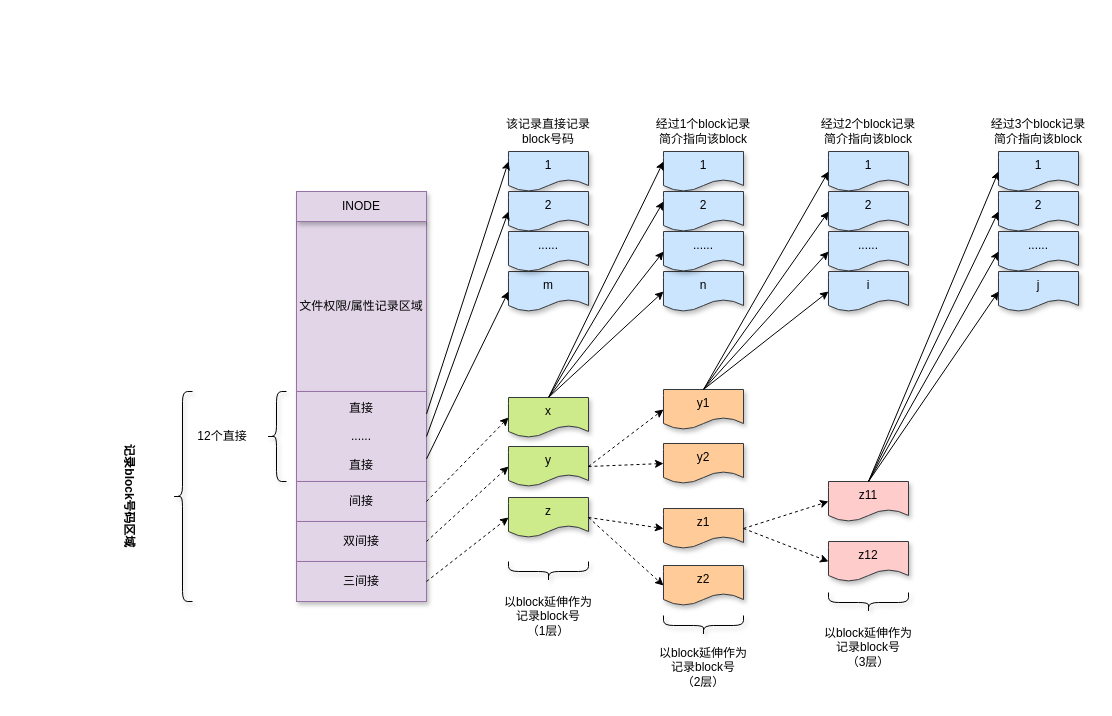
Above: 架构图/inode-block关系.drawio in gxstax/linux-system (draw.io), before the change. Source tidied: cells renumbered, new cells numbered last; positions are measured from the earlier drawing's top-left corner, leaving out a move shared by most shapes. Both pictures are drawn from the tidied source at 100%, with x=0, y=0 at pixel (66, 111).
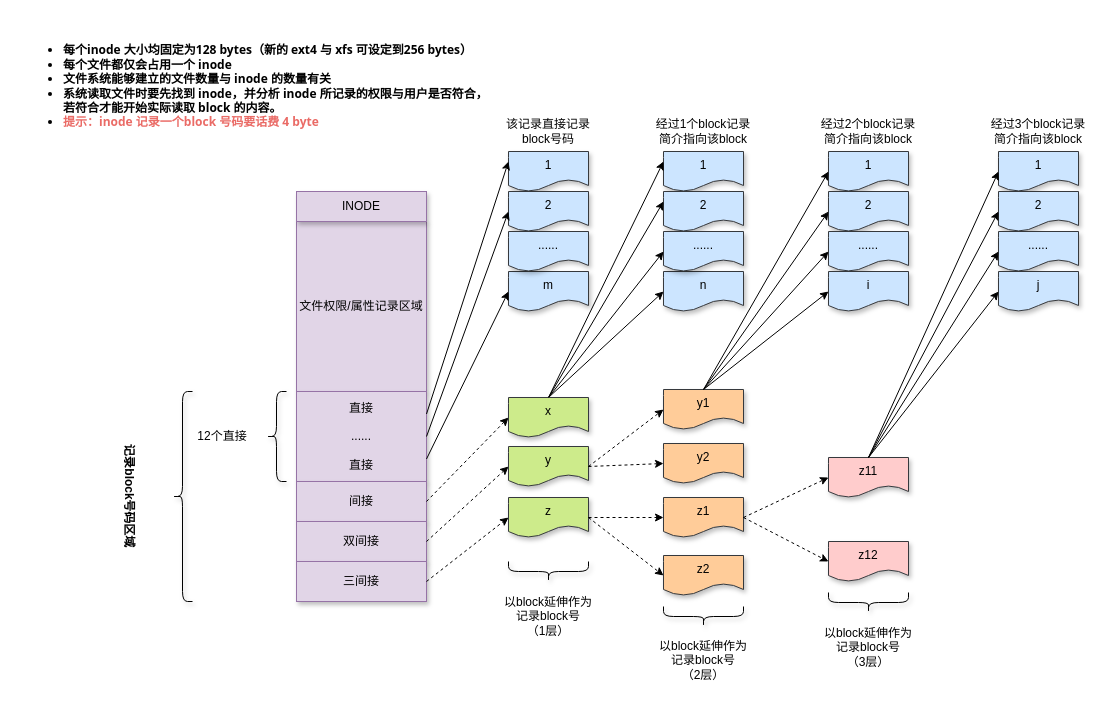
The same page after the edit.

Commit message:
增加inode描述信息

What changed in the source:
```diff
@@
     <mxCell id="51" value="z1" style="shape=document;whiteSpace=wrap;html=1;boundedLbl=1;rounded=0;shadow=1;glass=0;sketch=0;fillColor=#ffcc99;strokeColor=#36393d;" parent="1" vertex="1">
-      <mxGeometry x="597" y="397" width="80" height="40" as="geometry" />
+      <mxGeometry x="597" y="386" width="80" height="40" as="geometry" />
     </mxCell>
     <mxCell id="52" value="z2" style="shape=document;whiteSpace=wrap;html=1;boundedLbl=1;rounded=0;shadow=1;glass=0;sketch=0;fillColor=#ffcc99;strokeColor=#36393d;" parent="1" vertex="1">
-      <mxGeometry x="597" y="454" width="80" height="40" as="geometry" />
+      <mxGeometry x="597" y="444" width="80" height="40" as="geometry" />
     </mxCell>
@@
     <mxCell id="55" value="z11" style="shape=document;whiteSpace=wrap;html=1;boundedLbl=1;rounded=0;shadow=1;glass=0;sketch=0;fillColor=#ffcccc;strokeColor=#36393d;" parent="1" vertex="1">
-      <mxGeometry x="762" y="370" width="80" height="40" as="geometry" />
+      <mxGeometry x="762" y="346" width="80" height="40" as="geometry" />
     </mxCell>
@@
     <mxCell id="67" style="shape=curlyBracket;whiteSpace=wrap;html=1;rounded=1;flipH=1;shadow=1;glass=0;sketch=0;gradientColor=#ffffff;direction=north;size=0.5;" parent="1" vertex="1">
-      <mxGeometry x="597" y="504" width="80" height="20" as="geometry" />
+      <mxGeometry x="597" y="495" width="80" height="20" as="geometry" />
     </mxCell>
     <mxCell id="68" value="以block延伸作为记录block号&lt;br&gt;（2层）" style="text;html=1;strokeColor=none;fillColor=none;align=center;verticalAlign=middle;whiteSpace=wrap;rounded=0;shadow=1;glass=0;sketch=0;" parent="1" vertex="1">
-      <mxGeometry x="587" y="531" width="100" height="50" as="geometry" />
+      <mxGeometry x="587" y="524" width="100" height="50" as="geometry" />
     </mxCell>
@@
+    <mxCell id="71" value="&lt;ul&gt;&lt;li&gt;&lt;span&gt;每个inode 大小均固定为128 bytes（新的 ext4 与 xfs 可设定到256 bytes）&lt;/span&gt;&lt;br&gt;&lt;/li&gt;&lt;li&gt;每个文件都仅会占用一个 inode&lt;/li&gt;&lt;li&gt;文件系统能够建立的文件数量与 inode 的数量有关&lt;/li&gt;&lt;li&gt;系统读取文件时要先找到 inode，并分析 inode 所记录的权限与用户是否符合，若符合才能开始实际读取 block 的内容。&lt;/li&gt;&lt;li&gt;&lt;font color=&quot;#ea6b66&quot;&gt;提示：inode 记录一个block 号码要话费 4 byte&lt;/font&gt;&lt;/li&gt;&lt;/ul&gt;" style="text;strokeColor=none;fillColor=none;html=1;whiteSpace=wrap;verticalAlign=middle;overflow=hidden;rounded=1;shadow=1;glass=0;sketch=0;fontStyle=1;fontFamily=Tahoma;" parent="1" vertex="1">
+      <mxGeometry x="-45" y="-90" width="470" height="130" as="geometry" />
+    </mxCell>
```
